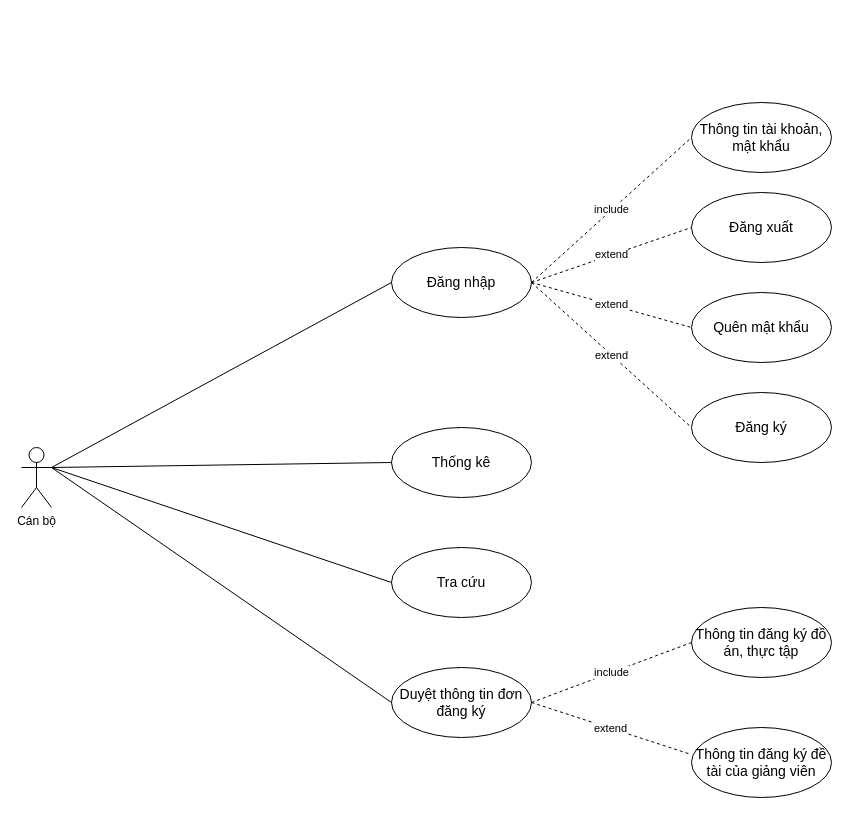
Before: DA_II/drawio/usecaseCadres.drawio in toroieno/HUST, a draw.io diagram. Source tidied: cells renumbered, new cells numbered last; positions are measured from the earlier drawing's top-left corner, leaving out a move shared by most shapes. Both pictures are drawn from the tidied source at 100%, with x=0, y=0 at pixel (21, 102).
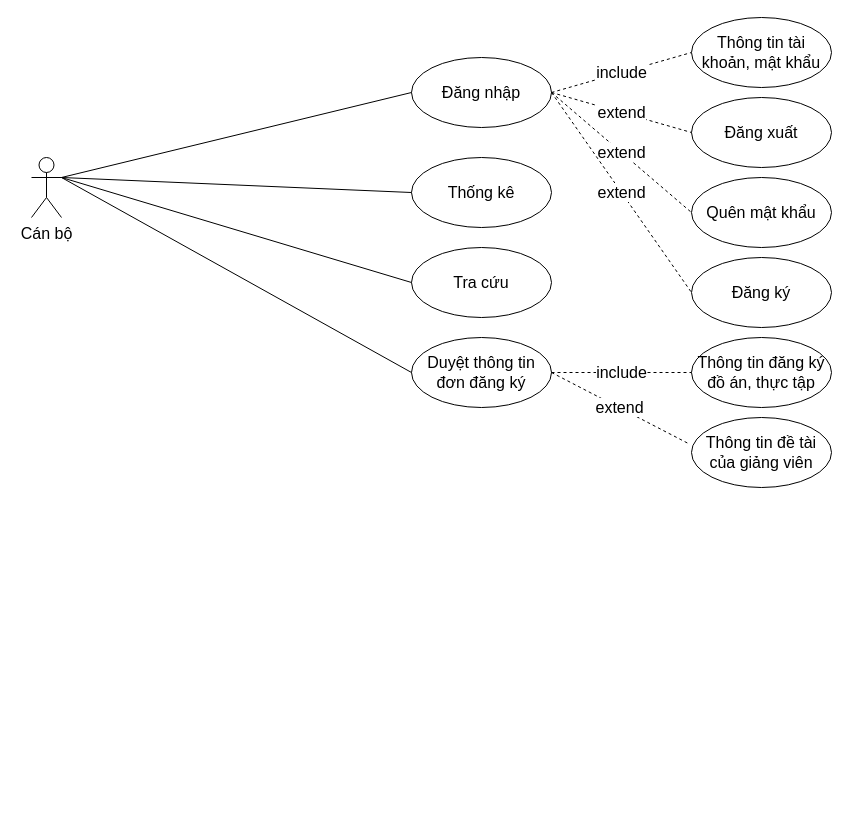
After the change.

What changed in the source:
```diff
@@
-    <mxCell id="2" value="Cán bộ" style="shape=umlActor;verticalLabelPosition=bottom;verticalAlign=top;html=1;outlineConnect=0;" parent="1" vertex="1">
-      <mxGeometry y="345" width="30" height="60" as="geometry" />
+    <mxCell id="2" value="Cán bộ" style="shape=umlActor;verticalLabelPosition=bottom;verticalAlign=top;html=1;outlineConnect=0;fontSize=16;" parent="1" vertex="1">
+      <mxGeometry x="10" y="55" width="30" height="60" as="geometry" />
     </mxCell>
-    <mxCell id="3" value="Đăng nhập" style="ellipse;whiteSpace=wrap;html=1;strokeWidth=1;fontSize=14;" parent="1" vertex="1">
-      <mxGeometry x="370" y="145" width="140" height="70" as="geometry" />
+    <mxCell id="3" value="Đăng nhập" style="ellipse;whiteSpace=wrap;html=1;strokeWidth=1;fontSize=16;" parent="1" vertex="1">
+      <mxGeometry x="390" y="-45" width="140" height="70" as="geometry" />
     </mxCell>
-    <mxCell id="4" value="Thống kê" style="ellipse;whiteSpace=wrap;html=1;strokeWidth=1;fontSize=14;" parent="1" vertex="1">
-      <mxGeometry x="370" y="325" width="140" height="70" as="geometry" />
+    <mxCell id="4" value="Thống kê" style="ellipse;whiteSpace=wrap;html=1;strokeWidth=1;fontSize=16;" parent="1" vertex="1">
+      <mxGeometry x="390" y="55" width="140" height="70" as="geometry" />
     </mxCell>
-    <mxCell id="5" value="Tra cứu" style="ellipse;whiteSpace=wrap;html=1;strokeWidth=1;fontSize=14;" parent="1" vertex="1">
-      <mxGeometry x="370" y="445" width="140" height="70" as="geometry" />
+    <mxCell id="5" value="Tra cứu" style="ellipse;whiteSpace=wrap;html=1;strokeWidth=1;fontSize=16;" parent="1" vertex="1">
+      <mxGeometry x="390" y="145" width="140" height="70" as="geometry" />
     </mxCell>
-    <mxCell id="6" style="endArrow=none;html=1;rounded=0;entryX=0;entryY=0.5;entryDx=0;entryDy=0;exitX=1;exitY=0.3333333333333333;exitDx=0;exitDy=0;exitPerimeter=0;" parent="1" edge="1" source="2" target="4">
+    <mxCell id="6" style="endArrow=none;html=1;rounded=0;entryX=0;entryY=0.5;entryDx=0;entryDy=0;exitX=1;exitY=0.3333333333333333;exitDx=0;exitDy=0;exitPerimeter=0;fontSize=16;" parent="1" edge="1" source="2" target="4">
       <mxGeometry relative="1" as="geometry" />
     </mxCell>
-    <mxCell id="7" style="endArrow=none;html=1;rounded=0;entryX=0;entryY=0.5;entryDx=0;entryDy=0;exitX=1;exitY=0.3333333333333333;exitDx=0;exitDy=0;exitPerimeter=0;" parent="1" edge="1" source="2" target="3">
+    <mxCell id="7" style="endArrow=none;html=1;rounded=0;entryX=0;entryY=0.5;entryDx=0;entryDy=0;exitX=1;exitY=0.3333333333333333;exitDx=0;exitDy=0;exitPerimeter=0;fontSize=16;" parent="1" edge="1" source="2" target="3">
       <mxGeometry relative="1" as="geometry" />
     </mxCell>
-    <mxCell id="8" value="Duyệt thông tin đơn đăng ký" style="ellipse;whiteSpace=wrap;html=1;strokeWidth=1;fontSize=14;" parent="1" vertex="1">
-      <mxGeometry x="370" y="565" width="140" height="70" as="geometry" />
+    <mxCell id="8" value="Duyệt thông tin đơn đăng ký" style="ellipse;whiteSpace=wrap;html=1;strokeWidth=1;fontSize=16;" parent="1" vertex="1">
+      <mxGeometry x="390" y="235" width="140" height="70" as="geometry" />
     </mxCell>
-    <mxCell id="9" style="endArrow=none;html=1;rounded=0;entryX=0;entryY=0.5;entryDx=0;entryDy=0;exitX=1;exitY=0.3333333333333333;exitDx=0;exitDy=0;exitPerimeter=0;" parent="1" edge="1" source="2" target="8">
+    <mxCell id="9" style="endArrow=none;html=1;rounded=0;entryX=0;entryY=0.5;entryDx=0;entryDy=0;exitX=1;exitY=0.3333333333333333;exitDx=0;exitDy=0;exitPerimeter=0;fontSize=16;" parent="1" edge="1" source="2" target="8">
       <mxGeometry relative="1" as="geometry" />
     </mxCell>
-    <mxCell id="10" value="include" style="endArrow=none;dashed=1;html=1;rounded=0;entryX=0;entryY=0.5;entryDx=0;entryDy=0;exitX=1;exitY=0.5;exitDx=0;exitDy=0;" parent="1" edge="1" source="3" target="11">
+    <mxCell id="10" value="include" style="endArrow=none;dashed=1;html=1;rounded=0;entryX=0;entryY=0.5;entryDx=0;entryDy=0;exitX=1;exitY=0.5;exitDx=0;exitDy=0;fontSize=16;" parent="1" edge="1" source="3" target="11">
       <mxGeometry relative="1" as="geometry" />
     </mxCell>
-    <mxCell id="11" value="Thông tin tài khoản, mật khẩu" style="ellipse;whiteSpace=wrap;html=1;strokeWidth=1;fontSize=14;" parent="1" vertex="1">
-      <mxGeometry x="670" width="140" height="70" as="geometry" />
+    <mxCell id="11" value="Thông tin tài khoản, mật khẩu" style="ellipse;whiteSpace=wrap;html=1;strokeWidth=1;fontSize=16;" parent="1" vertex="1">
+      <mxGeometry x="670" y="-85" width="140" height="70" as="geometry" />
     </mxCell>
-    <mxCell id="12" value="Đăng xuất" style="ellipse;whiteSpace=wrap;html=1;strokeWidth=1;fontSize=14;" parent="1" vertex="1">
-      <mxGeometry x="670" y="90" width="140" height="70" as="geometry" />
+    <mxCell id="12" value="Đăng xuất" style="ellipse;whiteSpace=wrap;html=1;strokeWidth=1;fontSize=16;" parent="1" vertex="1">
+      <mxGeometry x="670" y="-5" width="140" height="70" as="geometry" />
     </mxCell>
-    <mxCell id="13" value="extend" style="endArrow=none;dashed=1;html=1;rounded=0;entryX=0;entryY=0.5;entryDx=0;entryDy=0;exitX=1;exitY=0.5;exitDx=0;exitDy=0;" parent="1" edge="1" source="3" target="12">
+    <mxCell id="13" value="extend" style="endArrow=none;dashed=1;html=1;rounded=0;entryX=0;entryY=0.5;entryDx=0;entryDy=0;exitX=1;exitY=0.5;exitDx=0;exitDy=0;fontSize=16;" parent="1" edge="1" source="3" target="12">
       <mxGeometry relative="1" as="geometry" />
     </mxCell>
-    <mxCell id="14" value="Quên mật khẩu" style="ellipse;whiteSpace=wrap;html=1;strokeWidth=1;fontSize=14;" parent="1" vertex="1">
-      <mxGeometry x="670" y="190" width="140" height="70" as="geometry" />
+    <mxCell id="14" value="Quên mật khẩu" style="ellipse;whiteSpace=wrap;html=1;strokeWidth=1;fontSize=16;" parent="1" vertex="1">
+      <mxGeometry x="670" y="75" width="140" height="70" as="geometry" />
     </mxCell>
-    <mxCell id="15" value="extend" style="endArrow=none;dashed=1;html=1;rounded=0;entryX=0;entryY=0.5;entryDx=0;entryDy=0;exitX=1;exitY=0.5;exitDx=0;exitDy=0;" parent="1" edge="1" source="3" target="14">
+    <mxCell id="15" value="extend" style="endArrow=none;dashed=1;html=1;rounded=0;entryX=0;entryY=0.5;entryDx=0;entryDy=0;exitX=1;exitY=0.5;exitDx=0;exitDy=0;fontSize=16;" parent="1" edge="1" source="3" target="14">
       <mxGeometry relative="1" as="geometry" />
     </mxCell>
-    <mxCell id="16" value="Đăng ký" style="ellipse;whiteSpace=wrap;html=1;strokeWidth=1;fontSize=14;" parent="1" vertex="1">
-      <mxGeometry x="670" y="290" width="140" height="70" as="geometry" />
+    <mxCell id="16" value="Đăng ký" style="ellipse;whiteSpace=wrap;html=1;strokeWidth=1;fontSize=16;" parent="1" vertex="1">
+      <mxGeometry x="670" y="155" width="140" height="70" as="geometry" />
     </mxCell>
-    <mxCell id="17" value="extend" style="endArrow=none;dashed=1;html=1;rounded=0;entryX=0;entryY=0.5;entryDx=0;entryDy=0;exitX=1;exitY=0.5;exitDx=0;exitDy=0;" parent="1" edge="1" source="3" target="16">
+    <mxCell id="17" value="extend" style="endArrow=none;dashed=1;html=1;rounded=0;entryX=0;entryY=0.5;entryDx=0;entryDy=0;exitX=1;exitY=0.5;exitDx=0;exitDy=0;fontSize=16;" parent="1" edge="1" source="3" target="16">
       <mxGeometry relative="1" as="geometry" />
     </mxCell>
-    <mxCell id="18" style="endArrow=none;html=1;rounded=0;entryX=0;entryY=0.5;entryDx=0;entryDy=0;" parent="1" edge="1" target="5">
-      <mxGeometry relative="1" as="geometry">
-        <mxPoint x="30" y="365" as="sourcePoint" />
-      </mxGeometry>
+    <mxCell id="18" style="endArrow=none;html=1;rounded=0;entryX=0;entryY=0.5;entryDx=0;entryDy=0;fontSize=16;exitX=1;exitY=0.3333333333333333;exitDx=0;exitDy=0;exitPerimeter=0;" parent="1" edge="1" source="2" target="5">
+      <mxGeometry relative="1" as="geometry" />
     </mxCell>
-    <mxCell id="19" value="Thông tin đăng ký đồ án, thực tập" style="ellipse;whiteSpace=wrap;html=1;strokeWidth=1;fontSize=14;" parent="1" vertex="1">
-      <mxGeometry x="670" y="505" width="140" height="70" as="geometry" />
+    <mxCell id="19" value="Thông tin đăng ký đồ án, thực tập" style="ellipse;whiteSpace=wrap;html=1;strokeWidth=1;fontSize=16;" parent="1" vertex="1">
+      <mxGeometry x="670" y="235" width="140" height="70" as="geometry" />
     </mxCell>
-    <mxCell id="20" value="include" style="endArrow=none;dashed=1;html=1;rounded=0;entryX=0;entryY=0.5;entryDx=0;entryDy=0;exitX=1;exitY=0.5;exitDx=0;exitDy=0;" parent="1" edge="1" source="8" target="19">
+    <mxCell id="20" value="include" style="endArrow=none;dashed=1;html=1;rounded=0;entryX=0;entryY=0.5;entryDx=0;entryDy=0;exitX=1;exitY=0.5;exitDx=0;exitDy=0;fontSize=16;" parent="1" edge="1" source="8" target="19">
       <mxGeometry relative="1" as="geometry" />
     </mxCell>
-    <mxCell id="21" value="Thông tin đăng ký đề tài của giảng viên" style="ellipse;whiteSpace=wrap;html=1;strokeWidth=1;fontSize=14;" parent="1" vertex="1">
-      <mxGeometry x="670" y="625" width="140" height="70" as="geometry" />
+    <mxCell id="21" value="Thông tin đề tài của giảng viên" style="ellipse;whiteSpace=wrap;html=1;strokeWidth=1;fontSize=16;" parent="1" vertex="1">
+      <mxGeometry x="670" y="315" width="140" height="70" as="geometry" />
     </mxCell>
-    <mxCell id="22" value="extend" style="endArrow=none;dashed=1;html=1;rounded=0;entryX=-0.021;entryY=0.373;entryDx=0;entryDy=0;exitX=1;exitY=0.5;exitDx=0;exitDy=0;entryPerimeter=0;" parent="1" edge="1" source="8" target="21">
+    <mxCell id="22" value="extend" style="endArrow=none;dashed=1;html=1;rounded=0;entryX=-0.021;entryY=0.373;entryDx=0;entryDy=0;exitX=1;exitY=0.5;exitDx=0;exitDy=0;entryPerimeter=0;fontSize=16;" parent="1" edge="1" source="8" target="21">
       <mxGeometry relative="1" as="geometry" />
     </mxCell>
```
